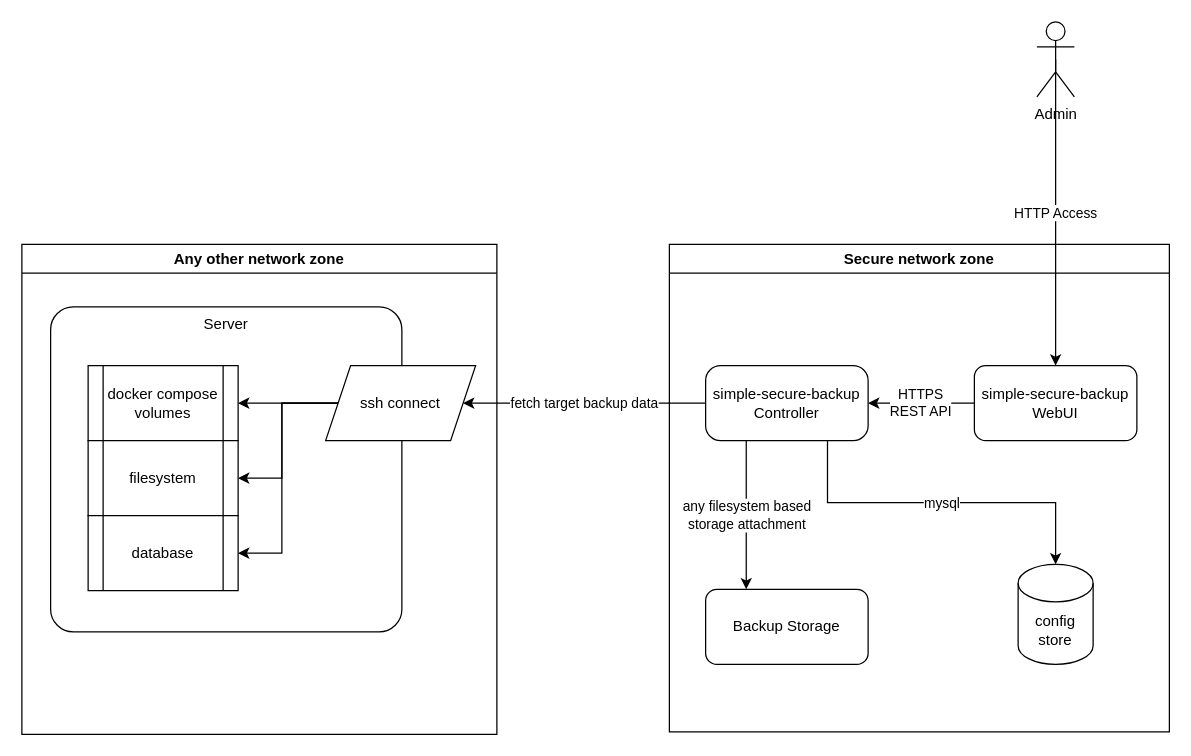
Earlier version of the draw.io diagram doc/architecture.drawio (snooops/simple-secure-backup). Source tidied: cells renumbered, new cells numbered last; positions are measured from the earlier drawing's top-left corner, leaving out a move shared by most shapes. Both pictures are drawn from the tidied source at 125%, with x=0, y=0 at pixel (21, 21).
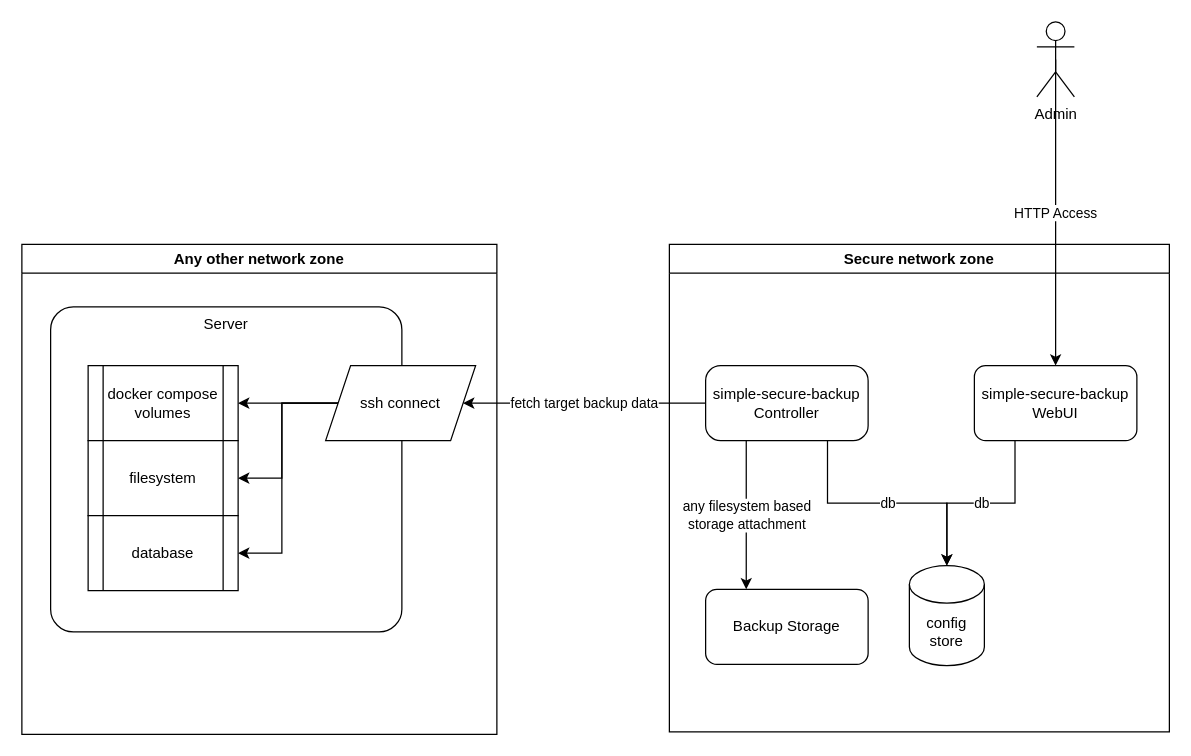
After the change.

The change refers to these unchanged cells:
```xml
<mxCell id="2" value="Secure network zone" style="swimlane;whiteSpace=wrap;html=1;" parent="1" vertex="1">
  <mxGeometry x="518" y="178" width="400" height="390" as="geometry" />
</mxCell>
<mxCell id="4" value="simple-secure-backup Controller" style="rounded=1;whiteSpace=wrap;html=1;arcSize=20;" parent="2" vertex="1">
  <mxGeometry x="29" y="97" width="130" height="60" as="geometry" />
</mxCell>
<mxCell id="8" value="&lt;div&gt;simple-secure-backup&lt;/div&gt;&lt;div&gt;WebUI&lt;br&gt;&lt;/div&gt;" style="rounded=1;whiteSpace=wrap;html=1;" parent="2" vertex="1">
  <mxGeometry x="244" y="97" width="130" height="60" as="geometry" />
</mxCell>
```

Diff of the diagram source:
```diff
@@
-    <mxCell id="3" value="mysql" style="edgeStyle=orthogonalEdgeStyle;rounded=0;jettySize=auto;html=1;exitX=0.75;exitY=1;exitDx=0;exitDy=0;" parent="2" edge="1" source="4" target="9">
+    <mxCell id="3" value="db" style="edgeStyle=orthogonalEdgeStyle;rounded=0;jettySize=auto;html=1;exitX=0.75;exitY=1;exitDx=0;exitDy=0;" parent="2" edge="1" source="4" target="9">
       <mxGeometry relative="1" as="geometry" />
     </mxCell>
@@
-    <mxCell id="7" value="&lt;div&gt;HTTPS&lt;/div&gt;&lt;div&gt;REST API&lt;br&gt;&lt;/div&gt;" style="edgeStyle=orthogonalEdgeStyle;rounded=0;jettySize=auto;html=1;exitX=0;exitY=0.5;exitDx=0;exitDy=0;entryX=1;entryY=0.5;entryDx=0;entryDy=0;" parent="2" edge="1" source="8" target="4">
-      <mxGeometry relative="1" as="geometry" />
-    </mxCell>
@@
     <mxCell id="9" value="&lt;div&gt;config&lt;/div&gt;&lt;div&gt;store&lt;br&gt;&lt;/div&gt;" style="shape=cylinder3;whiteSpace=wrap;html=1;boundedLbl=1;backgroundOutline=1;size=15;" parent="2" vertex="1">
-      <mxGeometry x="279" y="256" width="60" height="80" as="geometry" />
+      <mxGeometry x="192" y="257" width="60" height="80" as="geometry" />
     </mxCell>
+    <mxCell id="22" value="db" style="edgeStyle=orthogonalEdgeStyle;rounded=0;jettySize=auto;html=1;exitX=0.25;exitY=1;exitDx=0;exitDy=0;entryX=0.5;entryY=0;entryDx=0;entryDy=0;entryPerimeter=0;" parent="2" edge="1" source="8" target="9">
+      <mxGeometry relative="1" as="geometry" />
+    </mxCell>
```
